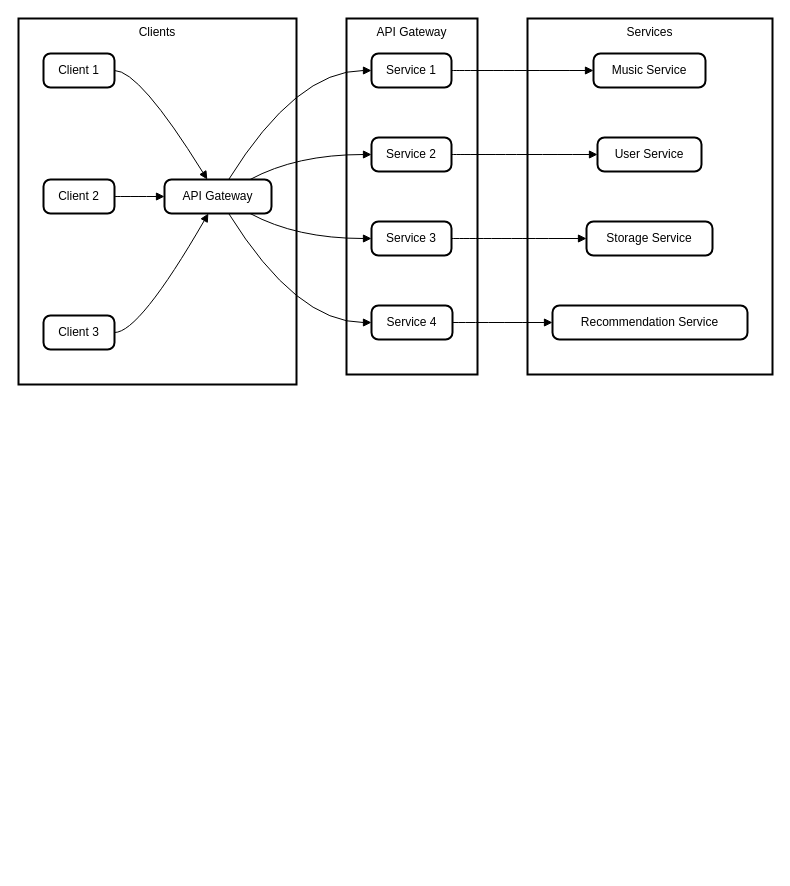
This is Untitled Diagram.drawio from 3bube/vibe-api-gateway, a draw.io file, before an edit. Source tidied: cells renumbered, new cells numbered last; positions are measured from the earlier drawing's top-left corner, leaving out a move shared by most shapes. Both pictures are drawn from the tidied source at 100%, with x=0, y=0 at pixel (18, 18).
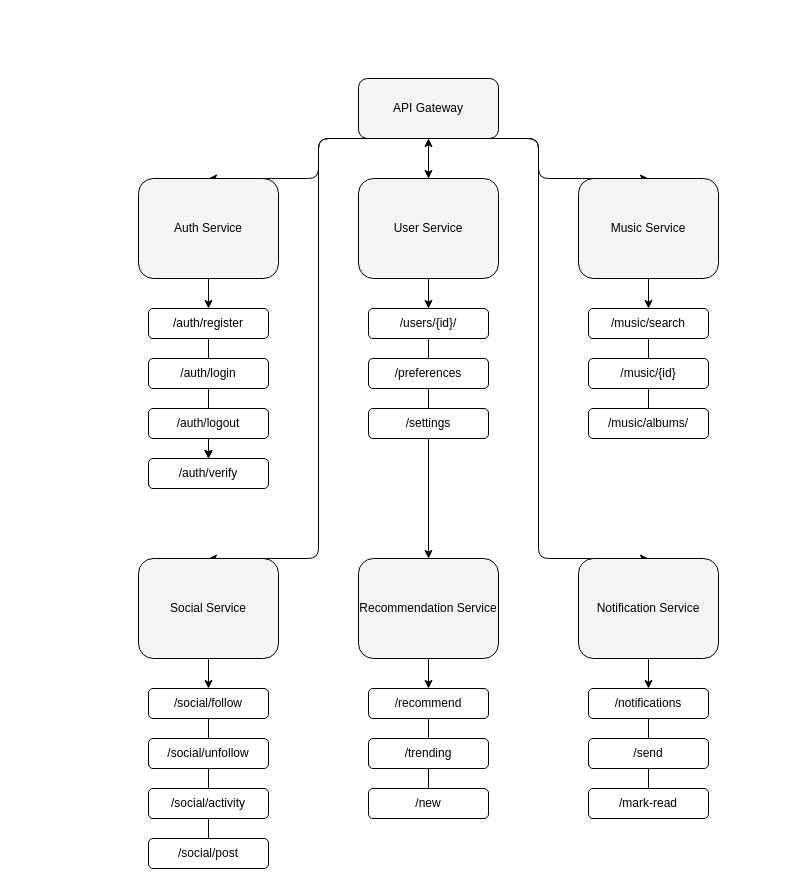
The same page after the edit.

The edit, as a diff of the source:
```diff
@@
+    <mxCell id="28" style="endArrow=classic;startArrow=classic;html=1;rounded=0;entryX=0.5;entryY=0;entryDx=0;entryDy=0;exitX=0.5;exitY=0;exitDx=0;exitDy=0;strokeColor=default;" parent="1" edge="1" source="35">
+      <mxGeometry relative="1" as="geometry">
+        <mxPoint x="410" y="120" as="targetPoint" />
+      </mxGeometry>
+    </mxCell>
+    <mxCell id="29" value="/settings" style="rounded=1;whiteSpace=wrap;html=1;fillColor=#ffffff;strokeColor=#000000;" parent="1" vertex="1">
+      <mxGeometry x="350" y="390" width="120" height="30" as="geometry" />
+    </mxCell>
-    <mxCell id="2" value="Services" style="whiteSpace=wrap;strokeWidth=2;verticalAlign=top;" parent="1" vertex="1">
-      <mxGeometry x="509" width="245" height="356" as="geometry" />
+    <mxCell id="2" value="API Gateway" style="rounded=1;whiteSpace=wrap;html=1;fillColor=#f5f5f5;strokeColor=#000000;" parent="1" vertex="1">
+      <mxGeometry x="340" y="60" width="140" height="60" as="geometry" />
     </mxCell>
-    <mxCell id="3" value="Music Service" style="rounded=1;absoluteArcSize=1;arcSize=14;whiteSpace=wrap;strokeWidth=2;" parent="1" vertex="1">
-      <mxGeometry x="575" y="35" width="112" height="34" as="geometry" />
+    <mxCell id="3" style="edgeStyle=elbowEdgeStyle;rounded=1;jettySize=auto;html=1;exitX=0.5;exitY=1;exitDx=0;exitDy=0;entryX=0.5;entryY=0;entryDx=0;entryDy=0;strokeColor=#000000;" parent="1" edge="1" source="2" target="4">
+      <mxGeometry relative="1" as="geometry" />
     </mxCell>
-    <mxCell id="4" value="User Service" style="rounded=1;absoluteArcSize=1;arcSize=14;whiteSpace=wrap;strokeWidth=2;" parent="1" vertex="1">
-      <mxGeometry x="579" y="119" width="104" height="34" as="geometry" />
+    <mxCell id="4" value="Auth Service" style="rounded=1;whiteSpace=wrap;html=1;fillColor=#f5f5f5;strokeColor=#000000;" parent="1" vertex="1">
+      <mxGeometry x="120" y="160" width="140" height="100" as="geometry" />
     </mxCell>
-    <mxCell id="5" value="Storage Service" style="rounded=1;absoluteArcSize=1;arcSize=14;whiteSpace=wrap;strokeWidth=2;" parent="1" vertex="1">
-      <mxGeometry x="568" y="203" width="126" height="34" as="geometry" />
+    <mxCell id="5" style="edgeStyle=elbowEdgeStyle;rounded=1;jettySize=auto;html=1;exitX=0.5;exitY=1;exitDx=0;exitDy=0;entryX=0.5;entryY=0;entryDx=0;entryDy=0;strokeColor=#000000;" parent="1" edge="1" source="2" target="6">
+      <mxGeometry relative="1" as="geometry" />
     </mxCell>
-    <mxCell id="6" value="Recommendation Service" style="rounded=1;absoluteArcSize=1;arcSize=14;whiteSpace=wrap;strokeWidth=2;" parent="1" vertex="1">
-      <mxGeometry x="534" y="287" width="195" height="34" as="geometry" />
+    <mxCell id="6" value="User Service" style="rounded=1;whiteSpace=wrap;html=1;fillColor=#f5f5f5;strokeColor=#000000;" parent="1" vertex="1">
+      <mxGeometry x="340" y="160" width="140" height="100" as="geometry" />
     </mxCell>
-    <mxCell id="7" value="API Gateway" style="whiteSpace=wrap;strokeWidth=2;verticalAlign=top;" parent="1" vertex="1">
-      <mxGeometry x="328" width="131" height="356" as="geometry" />
+    <mxCell id="7" style="edgeStyle=elbowEdgeStyle;rounded=1;jettySize=auto;html=1;exitX=0.5;exitY=1;exitDx=0;exitDy=0;entryX=0.5;entryY=0;entryDx=0;entryDy=0;strokeColor=#000000;" parent="1" edge="1" source="2" target="8">
+      <mxGeometry relative="1" as="geometry" />
     </mxCell>
-    <mxCell id="8" value="Service 1" style="rounded=1;absoluteArcSize=1;arcSize=14;whiteSpace=wrap;strokeWidth=2;" parent="1" vertex="1">
-      <mxGeometry x="353" y="35" width="80" height="34" as="geometry" />
+    <mxCell id="8" value="Music Service" style="rounded=1;whiteSpace=wrap;html=1;fillColor=#f5f5f5;strokeColor=#000000;" parent="1" vertex="1">
+      <mxGeometry x="560" y="160" width="140" height="100" as="geometry" />
     </mxCell>
-    <mxCell id="9" value="Service 2" style="rounded=1;absoluteArcSize=1;arcSize=14;whiteSpace=wrap;strokeWidth=2;" parent="1" vertex="1">
-      <mxGeometry x="353" y="119" width="80" height="34" as="geometry" />
+    <mxCell id="9" style="edgeStyle=elbowEdgeStyle;rounded=1;jettySize=auto;html=1;exitX=0.5;exitY=1;exitDx=0;exitDy=0;entryX=0.5;entryY=0;entryDx=0;entryDy=0;strokeColor=#000000;" parent="1" edge="1" source="4" target="10">
+      <mxGeometry relative="1" as="geometry" />
     </mxCell>
-    <mxCell id="10" value="Service 3" style="rounded=1;absoluteArcSize=1;arcSize=14;whiteSpace=wrap;strokeWidth=2;" parent="1" vertex="1">
-      <mxGeometry x="353" y="203" width="80" height="34" as="geometry" />
+    <mxCell id="10" value="/auth/register" style="rounded=1;whiteSpace=wrap;html=1;fillColor=#ffffff;strokeColor=#000000;" parent="1" vertex="1">
+      <mxGeometry x="130" y="290" width="120" height="30" as="geometry" />
     </mxCell>
-    <mxCell id="11" value="Service 4" style="rounded=1;absoluteArcSize=1;arcSize=14;whiteSpace=wrap;strokeWidth=2;" parent="1" vertex="1">
-      <mxGeometry x="353" y="287" width="81" height="34" as="geometry" />
-    </mxCell>
+    <mxCell id="30" style="edgeStyle=orthogonalEdgeStyle;rounded=0;jettySize=auto;html=1;" parent="1" edge="1" source="12" target="16">
+      <mxGeometry relative="1" as="geometry" />
+    </mxCell>
-    <mxCell id="12" value="Clients" style="whiteSpace=wrap;strokeWidth=2;verticalAlign=top;" parent="1" vertex="1">
-      <mxGeometry width="278" height="366" as="geometry" />
+    <mxCell id="12" value="/auth/login" style="rounded=1;whiteSpace=wrap;html=1;fillColor=#ffffff;strokeColor=#000000;" parent="1" vertex="1">
+      <mxGeometry x="130" y="340" width="120" height="30" as="geometry" />
     </mxCell>
-    <mxCell id="13" value="API Gateway" style="rounded=1;absoluteArcSize=1;arcSize=14;whiteSpace=wrap;strokeWidth=2;" parent="1" vertex="1">
-      <mxGeometry x="146" y="161" width="107" height="34" as="geometry" />
-    </mxCell>
+    <mxCell id="31" style="edgeStyle=orthogonalEdgeStyle;rounded=0;jettySize=auto;html=1;" parent="1" edge="1" source="14" target="16">
+      <mxGeometry relative="1" as="geometry" />
+    </mxCell>
+    <mxCell id="32" style="edgeStyle=orthogonalEdgeStyle;rounded=0;jettySize=auto;html=1;" parent="1" edge="1" source="14" target="16">
+      <mxGeometry relative="1" as="geometry" />
+    </mxCell>
-    <mxCell id="14" value="Client 1" style="rounded=1;absoluteArcSize=1;arcSize=14;whiteSpace=wrap;strokeWidth=2;" parent="1" vertex="1">
-      <mxGeometry x="25" y="35" width="71" height="34" as="geometry" />
+    <mxCell id="14" value="/auth/logout" style="rounded=1;whiteSpace=wrap;html=1;fillColor=#ffffff;strokeColor=#000000;" parent="1" vertex="1">
+      <mxGeometry x="130" y="390" width="120" height="30" as="geometry" />
     </mxCell>
-    <mxCell id="15" value="Client 2" style="rounded=1;absoluteArcSize=1;arcSize=14;whiteSpace=wrap;strokeWidth=2;" parent="1" vertex="1">
-      <mxGeometry x="25" y="161" width="71" height="34" as="geometry" />
-    </mxCell>
-    <mxCell id="16" value="Client 3" style="rounded=1;absoluteArcSize=1;arcSize=14;whiteSpace=wrap;strokeWidth=2;" parent="1" vertex="1">
-      <mxGeometry x="25" y="297" width="71" height="34" as="geometry" />
+    <mxCell id="16" value="/auth/verify" style="rounded=1;whiteSpace=wrap;html=1;fillColor=#ffffff;strokeColor=#000000;" parent="1" vertex="1">
+      <mxGeometry x="130" y="440" width="120" height="30" as="geometry" />
     </mxCell>
-    <mxCell id="17" style="curved=1;startArrow=none;endArrow=block;exitX=1;exitY=0.5;entryX=0.4;entryY=0;" parent="1" edge="1" source="14" target="13">
-      <mxGeometry relative="1" as="geometry">
-        <Array as="points">
-          <mxPoint x="121" y="52" />
-        </Array>
-      </mxGeometry>
-    </mxCell>
-    <mxCell id="18" style="curved=1;startArrow=none;endArrow=block;exitX=1;exitY=0.5;entryX=0;entryY=0.5;" parent="1" edge="1" source="15" target="13">
-      <mxGeometry relative="1" as="geometry" />
-    </mxCell>
-    <mxCell id="19" style="curved=1;startArrow=none;endArrow=block;exitX=1;exitY=0.5;entryX=0.41;entryY=1;" parent="1" edge="1" source="16" target="13">
-      <mxGeometry relative="1" as="geometry">
-        <Array as="points">
-          <mxPoint x="121" y="314" />
-        </Array>
-      </mxGeometry>
-    </mxCell>
-    <mxCell id="20" style="curved=1;startArrow=none;endArrow=block;exitX=0.6;exitY=0;entryX=0.01;entryY=0.5;" parent="1" edge="1" source="13" target="8">
-      <mxGeometry relative="1" as="geometry">
-        <Array as="points">
-          <mxPoint x="278" y="52" />
-        </Array>
-      </mxGeometry>
-    </mxCell>
-    <mxCell id="21" style="curved=1;startArrow=none;endArrow=block;exitX=0.8;exitY=0;entryX=0.01;entryY=0.5;" parent="1" edge="1" source="13" target="9">
-      <mxGeometry relative="1" as="geometry">
-        <Array as="points">
-          <mxPoint x="278" y="136" />
-        </Array>
-      </mxGeometry>
-    </mxCell>
-    <mxCell id="22" style="curved=1;startArrow=none;endArrow=block;exitX=0.8;exitY=1;entryX=0.01;entryY=0.5;" parent="1" edge="1" source="13" target="10">
-      <mxGeometry relative="1" as="geometry">
-        <Array as="points">
-          <mxPoint x="278" y="220" />
-        </Array>
-      </mxGeometry>
-    </mxCell>
-    <mxCell id="23" style="curved=1;startArrow=none;endArrow=block;exitX=0.6;exitY=1;entryX=0;entryY=0.5;" parent="1" edge="1" source="13" target="11">
-      <mxGeometry relative="1" as="geometry">
-        <Array as="points">
-          <mxPoint x="278" y="304" />
-        </Array>
-      </mxGeometry>
-    </mxCell>
-    <mxCell id="24" style="curved=1;startArrow=none;endArrow=block;exitX=1;exitY=0.5;entryX=0;entryY=0.5;" parent="1" edge="1" source="8" target="3">
-      <mxGeometry relative="1" as="geometry" />
-    </mxCell>
-    <mxCell id="25" style="curved=1;startArrow=none;endArrow=block;exitX=1;exitY=0.5;entryX=0;entryY=0.5;" parent="1" edge="1" source="9" target="4">
-      <mxGeometry relative="1" as="geometry" />
-    </mxCell>
-    <mxCell id="26" style="curved=1;startArrow=none;endArrow=block;exitX=1;exitY=0.5;entryX=0;entryY=0.5;" parent="1" edge="1" source="10" target="5">
-      <mxGeometry relative="1" as="geometry" />
-    </mxCell>
-    <mxCell id="27" style="curved=1;startArrow=none;endArrow=block;exitX=1;exitY=0.5;entryX=0;entryY=0.5;" parent="1" edge="1" source="11" target="6">
-      <mxGeometry relative="1" as="geometry" />
-    </mxCell>
+    <mxCell id="33" style="edgeStyle=elbowEdgeStyle;rounded=1;jettySize=auto;html=1;exitX=0.5;exitY=1;exitDx=0;exitDy=0;entryX=0.5;entryY=0;entryDx=0;entryDy=0;strokeColor=#000000;" parent="1" edge="1" source="2" target="34">
+      <mxGeometry relative="1" as="geometry" />
+    </mxCell>
+    <mxCell id="34" value="Social Service" style="rounded=1;whiteSpace=wrap;html=1;fillColor=#f5f5f5;strokeColor=#000000;" parent="1" vertex="1">
+      <mxGeometry x="120" y="540" width="140" height="100" as="geometry" />
+    </mxCell>
+    <mxCell id="35" value="Recommendation Service" style="rounded=1;whiteSpace=wrap;html=1;fillColor=#f5f5f5;strokeColor=#000000;" parent="1" vertex="1">
+      <mxGeometry x="340" y="540" width="140" height="100" as="geometry" />
+    </mxCell>
+    <mxCell id="36" style="edgeStyle=elbowEdgeStyle;rounded=1;jettySize=auto;html=1;exitX=0.5;exitY=1;exitDx=0;exitDy=0;entryX=0.5;entryY=0;entryDx=0;entryDy=0;strokeColor=#000000;" parent="1" edge="1" source="2" target="37">
+      <mxGeometry relative="1" as="geometry" />
+    </mxCell>
+    <mxCell id="37" value="Notification Service" style="rounded=1;whiteSpace=wrap;html=1;fillColor=#f5f5f5;strokeColor=#000000;" parent="1" vertex="1">
+      <mxGeometry x="560" y="540" width="140" height="100" as="geometry" />
+    </mxCell>
+    <mxCell id="38" style="endArrow=none;html=1;rounded=0;entryX=0.5;entryY=1;entryDx=0;entryDy=0;exitX=0.5;exitY=0;exitDx=0;exitDy=0;" parent="1" edge="1" source="12" target="10">
+      <mxGeometry relative="1" as="geometry" />
+    </mxCell>
+    <mxCell id="39" style="endArrow=classic;html=1;rounded=0;exitX=0.5;exitY=1;exitDx=0;exitDy=0;" parent="1" edge="1" source="6">
+      <mxGeometry relative="1" as="geometry">
+        <mxPoint x="410" y="290" as="targetPoint" />
+      </mxGeometry>
+    </mxCell>
+    <mxCell id="40" value="/users/{id}/" style="rounded=1;whiteSpace=wrap;html=1;fillColor=#ffffff;strokeColor=#000000;" parent="1" vertex="1">
+      <mxGeometry x="350" y="290" width="120" height="30" as="geometry" />
+    </mxCell>
+    <mxCell id="41" value="/preferences" style="rounded=1;whiteSpace=wrap;html=1;fillColor=#ffffff;strokeColor=#000000;" parent="1" vertex="1">
+      <mxGeometry x="350" y="340" width="120" height="30" as="geometry" />
+    </mxCell>
+    <mxCell id="42" style="endArrow=none;html=1;rounded=0;entryX=0.5;entryY=1;entryDx=0;entryDy=0;exitX=0.5;exitY=0;exitDx=0;exitDy=0;" parent="1" edge="1" source="41" target="40">
+      <mxGeometry relative="1" as="geometry" />
+    </mxCell>
+    <mxCell id="43" style="endArrow=none;html=1;rounded=0;entryX=0.5;entryY=0;entryDx=0;entryDy=0;exitX=0.5;exitY=1;exitDx=0;exitDy=0;" parent="1" edge="1" source="41" target="29">
+      <mxGeometry relative="1" as="geometry" />
+    </mxCell>
+    <mxCell id="44" value="/music/search" style="rounded=1;whiteSpace=wrap;html=1;fillColor=#ffffff;strokeColor=#000000;" parent="1" vertex="1">
+      <mxGeometry x="570" y="290" width="120" height="30" as="geometry" />
+    </mxCell>
+    <mxCell id="45" value="/music/{id}" style="rounded=1;whiteSpace=wrap;html=1;fillColor=#ffffff;strokeColor=#000000;" parent="1" vertex="1">
+      <mxGeometry x="570" y="340" width="120" height="30" as="geometry" />
+    </mxCell>
+    <mxCell id="46" style="endArrow=none;html=1;rounded=0;entryX=0.5;entryY=1;entryDx=0;entryDy=0;exitX=0.5;exitY=0;exitDx=0;exitDy=0;" parent="1" edge="1" source="45" target="44">
+      <mxGeometry relative="1" as="geometry" />
+    </mxCell>
+    <mxCell id="47" value="/music/albums/" style="rounded=1;whiteSpace=wrap;html=1;fillColor=#ffffff;strokeColor=#000000;" parent="1" vertex="1">
+      <mxGeometry x="570" y="390" width="120" height="30" as="geometry" />
+    </mxCell>
+    <mxCell id="48" style="endArrow=none;html=1;rounded=0;entryX=0.5;entryY=0;entryDx=0;entryDy=0;exitX=0.5;exitY=1;exitDx=0;exitDy=0;" parent="1" edge="1" source="45" target="47">
+      <mxGeometry relative="1" as="geometry" />
+    </mxCell>
+    <mxCell id="49" style="endArrow=classic;html=1;rounded=0;exitX=0.5;exitY=1;exitDx=0;exitDy=0;" parent="1" edge="1" source="8" target="44">
+      <mxGeometry relative="1" as="geometry" />
+    </mxCell>
+    <mxCell id="50" value="/social/follow" style="rounded=1;whiteSpace=wrap;html=1;fillColor=#ffffff;strokeColor=#000000;" parent="1" vertex="1">
+      <mxGeometry x="130" y="670" width="120" height="30" as="geometry" />
+    </mxCell>
+    <mxCell id="51" value="/social/unfollow" style="rounded=1;whiteSpace=wrap;html=1;fillColor=#ffffff;strokeColor=#000000;" parent="1" vertex="1">
+      <mxGeometry x="130" y="720" width="120" height="30" as="geometry" />
+    </mxCell>
+    <mxCell id="52" style="endArrow=none;html=1;rounded=0;entryX=0.5;entryY=1;entryDx=0;entryDy=0;exitX=0.5;exitY=0;exitDx=0;exitDy=0;" parent="1" edge="1" source="51" target="50">
+      <mxGeometry relative="1" as="geometry" />
+    </mxCell>
+    <mxCell id="53" value="/social/activity" style="rounded=1;whiteSpace=wrap;html=1;fillColor=#ffffff;strokeColor=#000000;" parent="1" vertex="1">
+      <mxGeometry x="130" y="770" width="120" height="30" as="geometry" />
+    </mxCell>
+    <mxCell id="54" style="endArrow=none;html=1;rounded=0;entryX=0.5;entryY=0;entryDx=0;entryDy=0;exitX=0.5;exitY=1;exitDx=0;exitDy=0;" parent="1" edge="1" source="51" target="53">
+      <mxGeometry relative="1" as="geometry" />
+    </mxCell>
+    <mxCell id="55" style="endArrow=classic;html=1;rounded=0;exitX=0.5;exitY=1;exitDx=0;exitDy=0;" parent="1" edge="1" target="50">
+      <mxGeometry relative="1" as="geometry">
+        <mxPoint x="190" y="640" as="sourcePoint" />
+      </mxGeometry>
+    </mxCell>
+    <mxCell id="56" value="/recommend" style="rounded=1;whiteSpace=wrap;html=1;fillColor=#ffffff;strokeColor=#000000;" parent="1" vertex="1">
+      <mxGeometry x="350" y="670" width="120" height="30" as="geometry" />
+    </mxCell>
+    <mxCell id="57" value="/trending" style="rounded=1;whiteSpace=wrap;html=1;fillColor=#ffffff;strokeColor=#000000;" parent="1" vertex="1">
+      <mxGeometry x="350" y="720" width="120" height="30" as="geometry" />
+    </mxCell>
+    <mxCell id="58" style="endArrow=none;html=1;rounded=0;entryX=0.5;entryY=1;entryDx=0;entryDy=0;exitX=0.5;exitY=0;exitDx=0;exitDy=0;" parent="1" edge="1" source="57" target="56">
+      <mxGeometry relative="1" as="geometry" />
+    </mxCell>
+    <mxCell id="59" value="/new" style="rounded=1;whiteSpace=wrap;html=1;fillColor=#ffffff;strokeColor=#000000;" parent="1" vertex="1">
+      <mxGeometry x="350" y="770" width="120" height="30" as="geometry" />
+    </mxCell>
+    <mxCell id="60" style="endArrow=none;html=1;rounded=0;entryX=0.5;entryY=0;entryDx=0;entryDy=0;exitX=0.5;exitY=1;exitDx=0;exitDy=0;" parent="1" edge="1" source="57" target="59">
+      <mxGeometry relative="1" as="geometry" />
+    </mxCell>
+    <mxCell id="61" style="endArrow=classic;html=1;rounded=0;exitX=0.5;exitY=1;exitDx=0;exitDy=0;" parent="1" edge="1" target="56">
+      <mxGeometry relative="1" as="geometry">
+        <mxPoint x="410" y="640" as="sourcePoint" />
+      </mxGeometry>
+    </mxCell>
+    <mxCell id="62" value="/notifications" style="rounded=1;whiteSpace=wrap;html=1;fillColor=#ffffff;strokeColor=#000000;" parent="1" vertex="1">
+      <mxGeometry x="570" y="670" width="120" height="30" as="geometry" />
+    </mxCell>
+    <mxCell id="63" value="/send" style="rounded=1;whiteSpace=wrap;html=1;fillColor=#ffffff;strokeColor=#000000;" parent="1" vertex="1">
+      <mxGeometry x="570" y="720" width="120" height="30" as="geometry" />
+    </mxCell>
+    <mxCell id="64" style="endArrow=none;html=1;rounded=0;entryX=0.5;entryY=1;entryDx=0;entryDy=0;exitX=0.5;exitY=0;exitDx=0;exitDy=0;" parent="1" edge="1" source="63" target="62">
+      <mxGeometry relative="1" as="geometry" />
+    </mxCell>
+    <mxCell id="65" value="/mark-read" style="rounded=1;whiteSpace=wrap;html=1;fillColor=#ffffff;strokeColor=#000000;" parent="1" vertex="1">
+      <mxGeometry x="570" y="770" width="120" height="30" as="geometry" />
+    </mxCell>
+    <mxCell id="66" style="endArrow=none;html=1;rounded=0;entryX=0.5;entryY=0;entryDx=0;entryDy=0;exitX=0.5;exitY=1;exitDx=0;exitDy=0;" parent="1" edge="1" source="63" target="65">
+      <mxGeometry relative="1" as="geometry" />
+    </mxCell>
+    <mxCell id="67" style="endArrow=classic;html=1;rounded=0;exitX=0.5;exitY=1;exitDx=0;exitDy=0;" parent="1" edge="1" target="62">
+      <mxGeometry relative="1" as="geometry">
+        <mxPoint x="630" y="640" as="sourcePoint" />
+      </mxGeometry>
+    </mxCell>
+    <mxCell id="68" value="/social/post" style="rounded=1;whiteSpace=wrap;html=1;fillColor=#ffffff;strokeColor=#000000;" parent="1" vertex="1">
+      <mxGeometry x="130" y="820" width="120" height="30" as="geometry" />
+    </mxCell>
+    <mxCell id="69" style="endArrow=none;html=1;rounded=0;entryX=0.5;entryY=0;entryDx=0;entryDy=0;exitX=0.5;exitY=1;exitDx=0;exitDy=0;" parent="1" edge="1" target="68">
+      <mxGeometry relative="1" as="geometry">
+        <mxPoint x="190" y="800" as="sourcePoint" />
+      </mxGeometry>
+    </mxCell>
```
